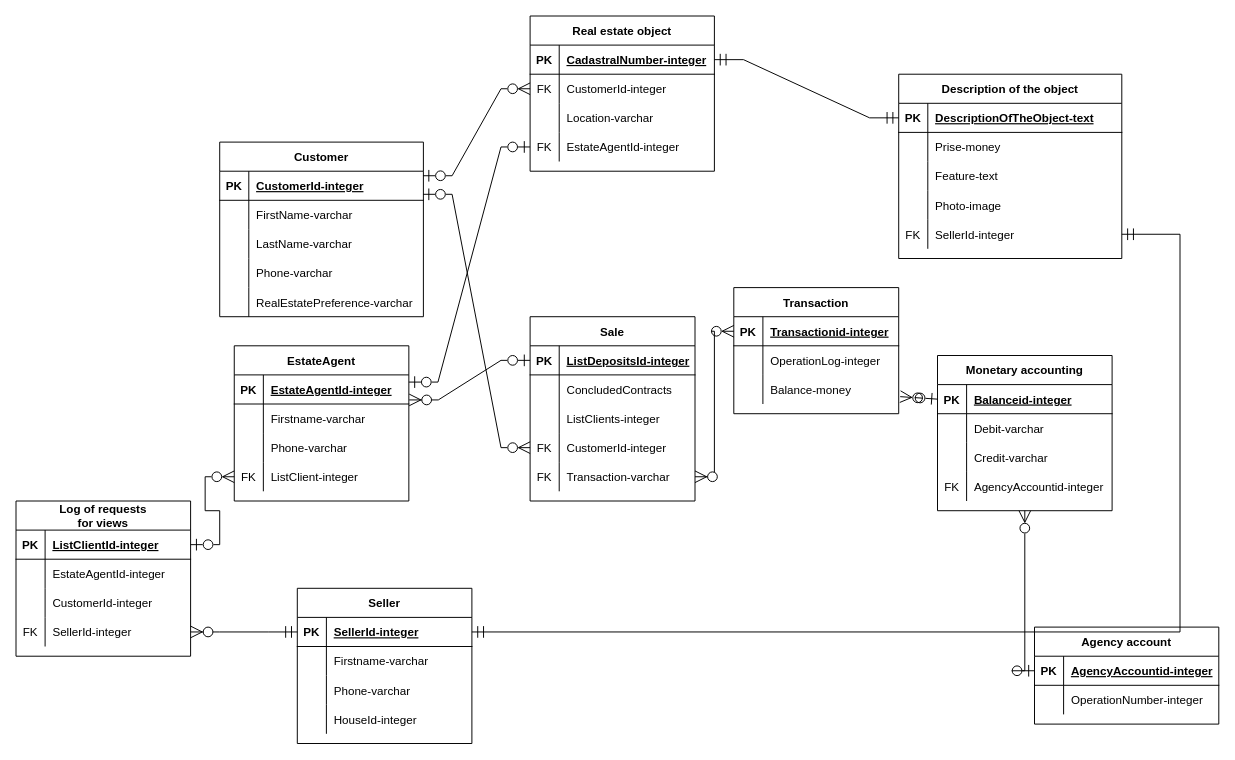
Before: ER-DIAG.drawio in aleksey899/Boom21, a draw.io diagram. Source tidied: cells renumbered, new cells numbered last; positions are measured from the earlier drawing's top-left corner, leaving out a move shared by most shapes. Both pictures are drawn from the tidied source at 97%, with x=0, y=0 at pixel (16, 16).
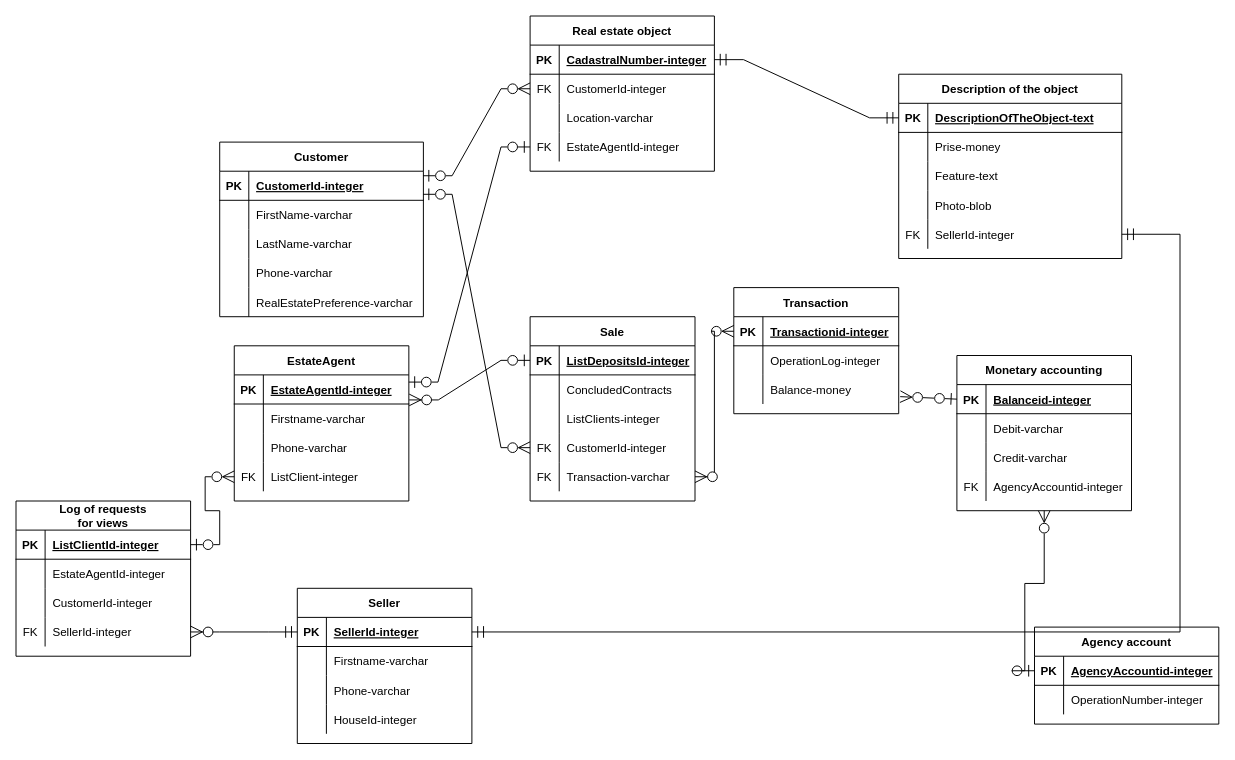
After the change.

The change refers to these unchanged cells:
```xml
<mxCell id="41" style="shape=partialRectangle;fillColor=none;top=0;left=0;bottom=0;right=0;" parent="31" vertex="1">
  <mxGeometry y="120" width="230" height="30" as="geometry" />
</mxCell>
```

What changed in the source:
```diff
@@
-    <mxCell id="43" value="Photo-image" style="shape=partialRectangle;fillColor=none;top=0;left=0;bottom=0;right=0;align=left;spacingLeft=6;overflow=hidden;" parent="41" vertex="1">
+    <mxCell id="43" value="Photo-blob" style="shape=partialRectangle;fillColor=none;top=0;left=0;bottom=0;right=0;align=left;spacingLeft=6;overflow=hidden;" parent="41" vertex="1">
       <mxGeometry x="30" width="200" height="30" as="geometry" />
     </mxCell>
@@
     <mxCell id="129" value="Monetary accounting" style="shape=table;startSize=30;childLayout=tableLayout;rowLines=0;fontStyle=1;align=center;" parent="1" vertex="1">
-      <mxGeometry x="950" y="350" width="180" height="160" as="geometry" />
+      <mxGeometry x="970" y="350" width="180" height="160" as="geometry" />
     </mxCell>
```
